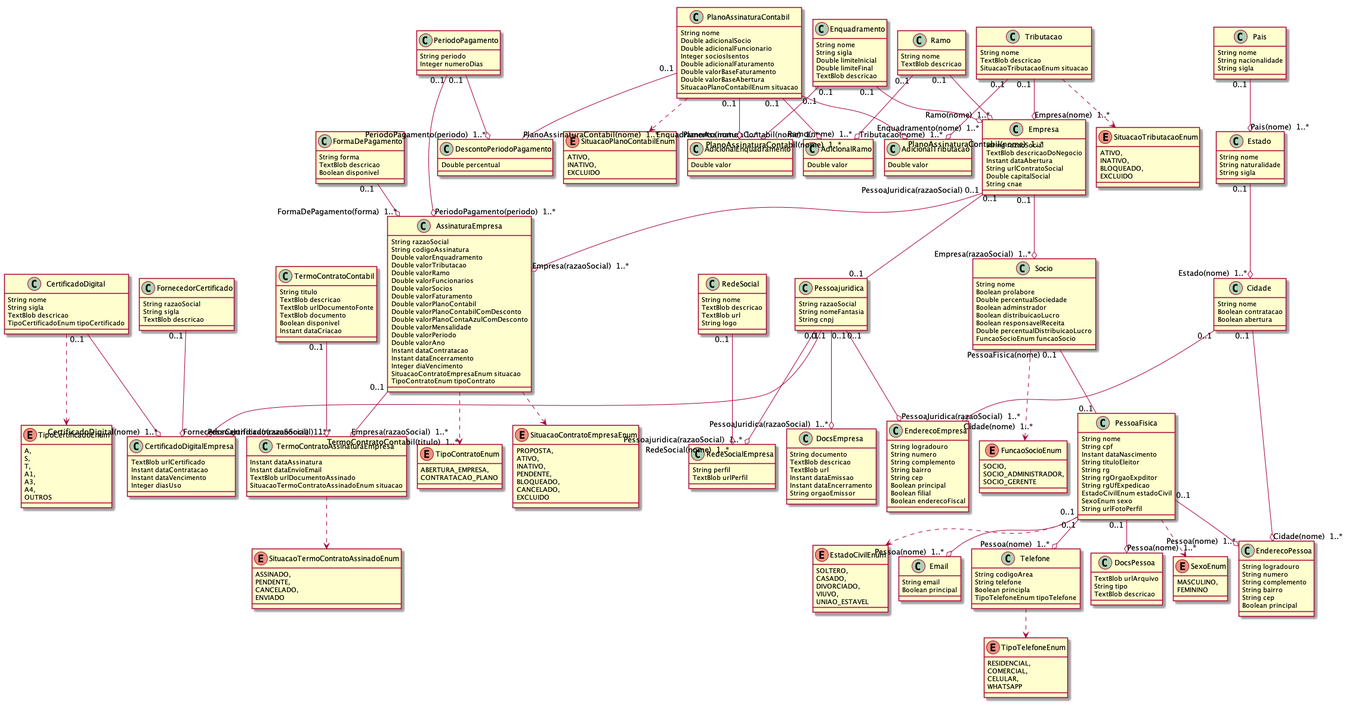
The PlantUML diagram diagramas/erpdobem_diagrama.png in dobemcontabilidade/erp_dobemcontabilidade, before a commit.
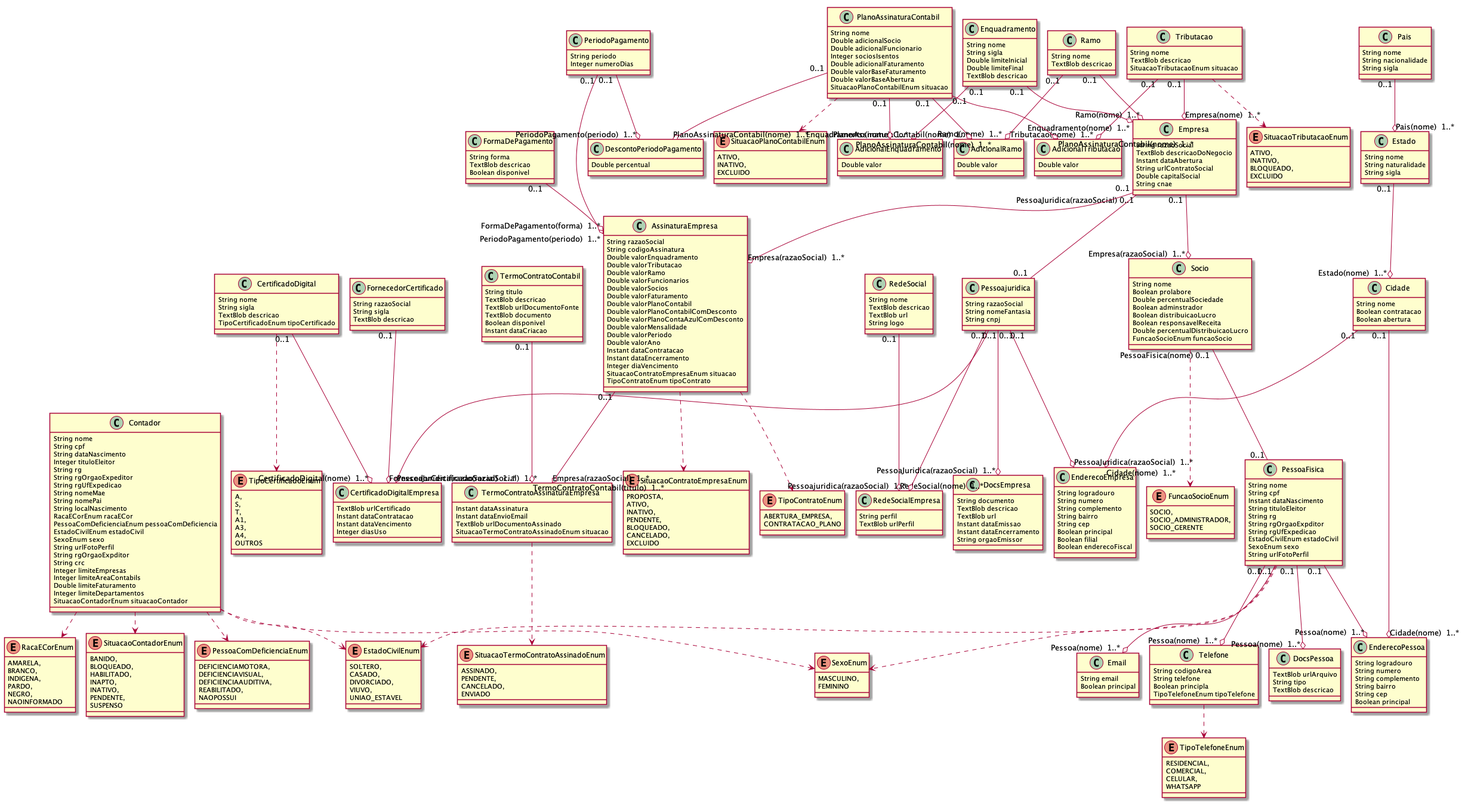
Later version of the same file.

The edit, as a diff of the source:
```diff
@@ -4,6 +4,30 @@
 	enum SexoEnum {
 		MASCULINO,
 		FEMININO
+	}
+	enum RacaECorEnum {
+		AMARELA,
+		BRANCO,
+		INDIGENA,
+		PARDO,
+		NEGRO,
+		NAOINFORMADO
+	}
+	enum SituacaoContadorEnum {
+		BANIDO,
+		BLOQUEADO,
+		HABILITADO,
+		INAPTO,
+		INATIVO,
+		PENDENTE,
+		SUSPENSO
+	}
+	enum PessoaComDeficienciaEnum {
+		DEFICIENCIAMOTORA,
+		DEFICIENCIAVISUAL,
+		DEFICIENCIAAUDITIVA,
+		REABILITADO,
+		NAOPOSSUI
 	}
 	enum EstadoCivilEnum {
 		SOLTERO,
@@ -272,6 +296,35 @@
 		String tipo
 		TextBlob descricao
 	}
+	class Contador  {
+		String nome
+		String cpf
+		String dataNascimento
+		Integer tituloEleitor
+		String rg
+		String rgOrgaoExpeditor
+		String rgUfExpedicao
+		String nomeMae
+		String nomePai
+		String localNascimento
+		RacaECorEnum racaECor
+		PessoaComDeficienciaEnum pessoaComDeficiencia
+		EstadoCivilEnum estadoCivil
+		SexoEnum sexo
+		String urlFotoPerfil
+		String rgOrgaoExpditor
+		String crc
+		Integer limiteEmpresas
+		Integer limiteAreaContabils
+		Double limiteFaturamento
+		Integer limiteDepartamentos
+		SituacaoContadorEnum situacaoContador
+	}
+	Contador ..> RacaECorEnum
+	Contador ..> PessoaComDeficienciaEnum
+	Contador ..> EstadoCivilEnum
+	Contador ..> SexoEnum
+	Contador ..> SituacaoContadorEnum
 	Socio  "PessoaFisica(nome) 0..1 " -- "0..1 "  PessoaFisica
 	Empresa  "PessoaJuridica(razaoSocial) 0..1 " -- "0..1 "  Pessoajuridica
 	RedeSocial  "0..1 " --o "RedeSocial(nome)  1..* "  RedeSocialEmpresa
```
